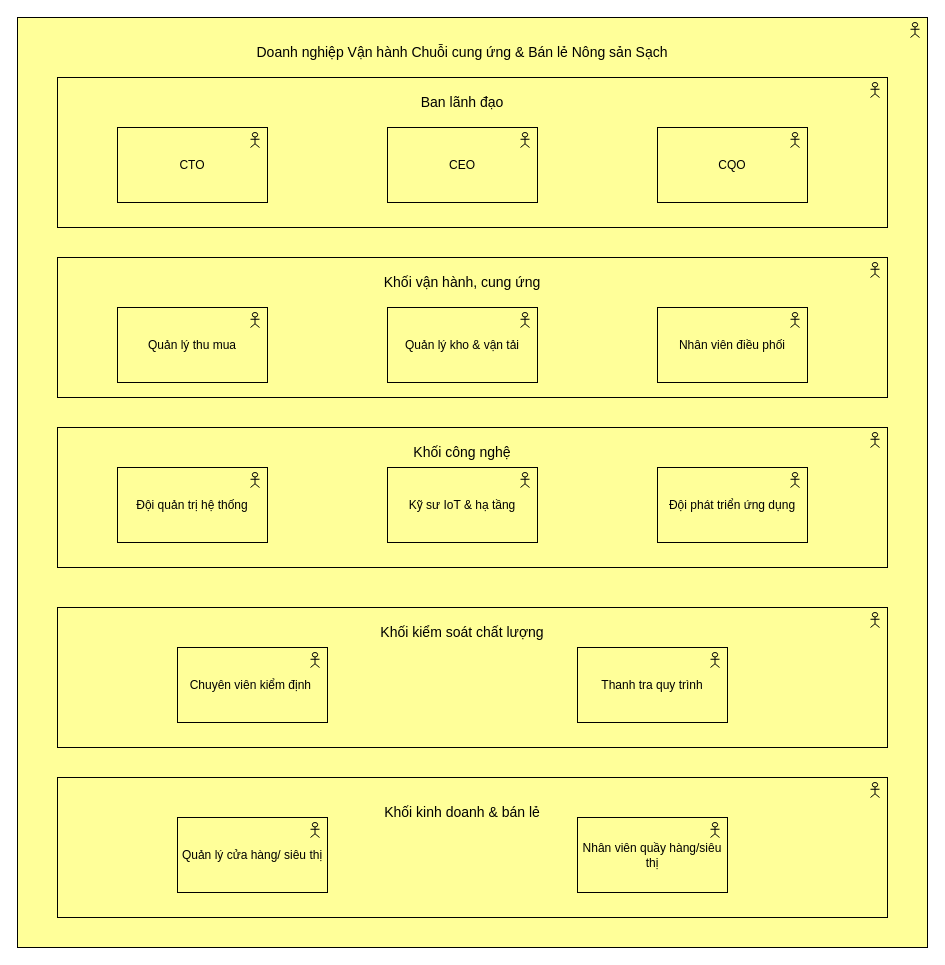
nmchien111/Archimate1 keeps this draw.io diagram as Archimate.drawio. Above is the earlier version. Source tidied: cells renumbered, new cells numbered last; positions are measured from the earlier drawing's top-left corner, leaving out a move shared by most shapes. Both pictures are drawn from the tidied source at 100%, with x=0, y=0 at pixel (17, 17).
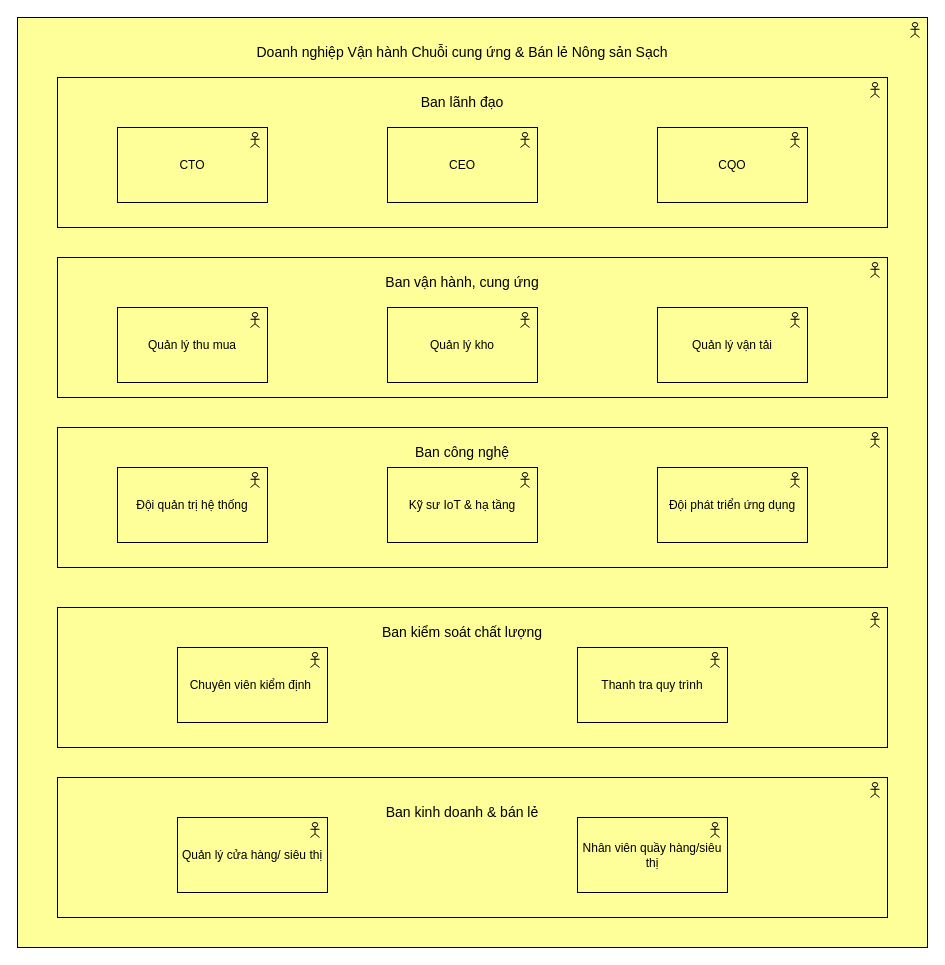
The same diagram, later.

Commit message:
Cập nhật Archimate.drawio

What changed in the source:
```diff
@@
-    <mxCell id="10" value="&lt;font style=&quot;font-size: 14px;&quot;&gt;Khối vận hành, cung ứng&lt;/font&gt;" style="text;html=1;whiteSpace=wrap;strokeColor=none;fillColor=none;align=center;verticalAlign=middle;rounded=0;" parent="1" vertex="1">
+    <mxCell id="10" value="&lt;font style=&quot;font-size: 14px;&quot;&gt;Ban vận hành, cung ứng&lt;/font&gt;" style="text;html=1;whiteSpace=wrap;strokeColor=none;fillColor=none;align=center;verticalAlign=middle;rounded=0;" parent="1" vertex="1">
       <mxGeometry x="80" y="250" width="730" height="30" as="geometry" />
     </mxCell>
@@
-    <mxCell id="12" value="Quản lý kho &amp;amp; vận tải" style="html=1;whiteSpace=wrap;fillColor=#ffff99;shape=mxgraph.archimate3.application;appType=actor;archiType=square;" parent="1" vertex="1">
+    <mxCell id="12" value="Quản lý kho" style="html=1;whiteSpace=wrap;fillColor=#ffff99;shape=mxgraph.archimate3.application;appType=actor;archiType=square;" parent="1" vertex="1">
       <mxGeometry x="370" y="290" width="150" height="75" as="geometry" />
     </mxCell>
-    <mxCell id="13" value="Nhân viên điều phối" style="html=1;whiteSpace=wrap;fillColor=#ffff99;shape=mxgraph.archimate3.application;appType=actor;archiType=square;" parent="1" vertex="1">
+    <mxCell id="13" value="Quản lý vận tải" style="html=1;whiteSpace=wrap;fillColor=#ffff99;shape=mxgraph.archimate3.application;appType=actor;archiType=square;" parent="1" vertex="1">
       <mxGeometry x="640" y="290" width="150" height="75" as="geometry" />
     </mxCell>
@@
-    <mxCell id="15" value="&lt;font style=&quot;font-size: 14px;&quot;&gt;Khối công nghệ&lt;/font&gt;" style="text;html=1;whiteSpace=wrap;strokeColor=none;fillColor=none;align=center;verticalAlign=middle;rounded=0;" parent="1" vertex="1">
+    <mxCell id="15" value="&lt;font style=&quot;font-size: 14px;&quot;&gt;Ban công nghệ&lt;/font&gt;" style="text;html=1;whiteSpace=wrap;strokeColor=none;fillColor=none;align=center;verticalAlign=middle;rounded=0;" parent="1" vertex="1">
       <mxGeometry x="80" y="420" width="730" height="30" as="geometry" />
     </mxCell>
@@
-    <mxCell id="20" value="&lt;font style=&quot;font-size: 14px;&quot;&gt;Khối kiểm soát chất lượng&lt;/font&gt;" style="text;html=1;whiteSpace=wrap;strokeColor=none;fillColor=none;align=center;verticalAlign=middle;rounded=0;" parent="1" vertex="1">
+    <mxCell id="20" value="&lt;font style=&quot;font-size: 14px;&quot;&gt;Ban kiểm soát chất lượng&lt;/font&gt;" style="text;html=1;whiteSpace=wrap;strokeColor=none;fillColor=none;align=center;verticalAlign=middle;rounded=0;" parent="1" vertex="1">
       <mxGeometry x="80" y="600" width="730" height="30" as="geometry" />
     </mxCell>
@@
-    <mxCell id="24" value="&lt;span style=&quot;font-size: 14px;&quot;&gt;Khối kinh doanh &amp;amp; bán lẻ&lt;/span&gt;" style="text;html=1;whiteSpace=wrap;strokeColor=none;fillColor=none;align=center;verticalAlign=middle;rounded=0;" parent="1" vertex="1">
+    <mxCell id="24" value="&lt;span style=&quot;font-size: 14px;&quot;&gt;Ban kinh doanh &amp;amp; bán lẻ&lt;/span&gt;" style="text;html=1;whiteSpace=wrap;strokeColor=none;fillColor=none;align=center;verticalAlign=middle;rounded=0;" parent="1" vertex="1">
       <mxGeometry x="80" y="780" width="730" height="30" as="geometry" />
     </mxCell>
```
